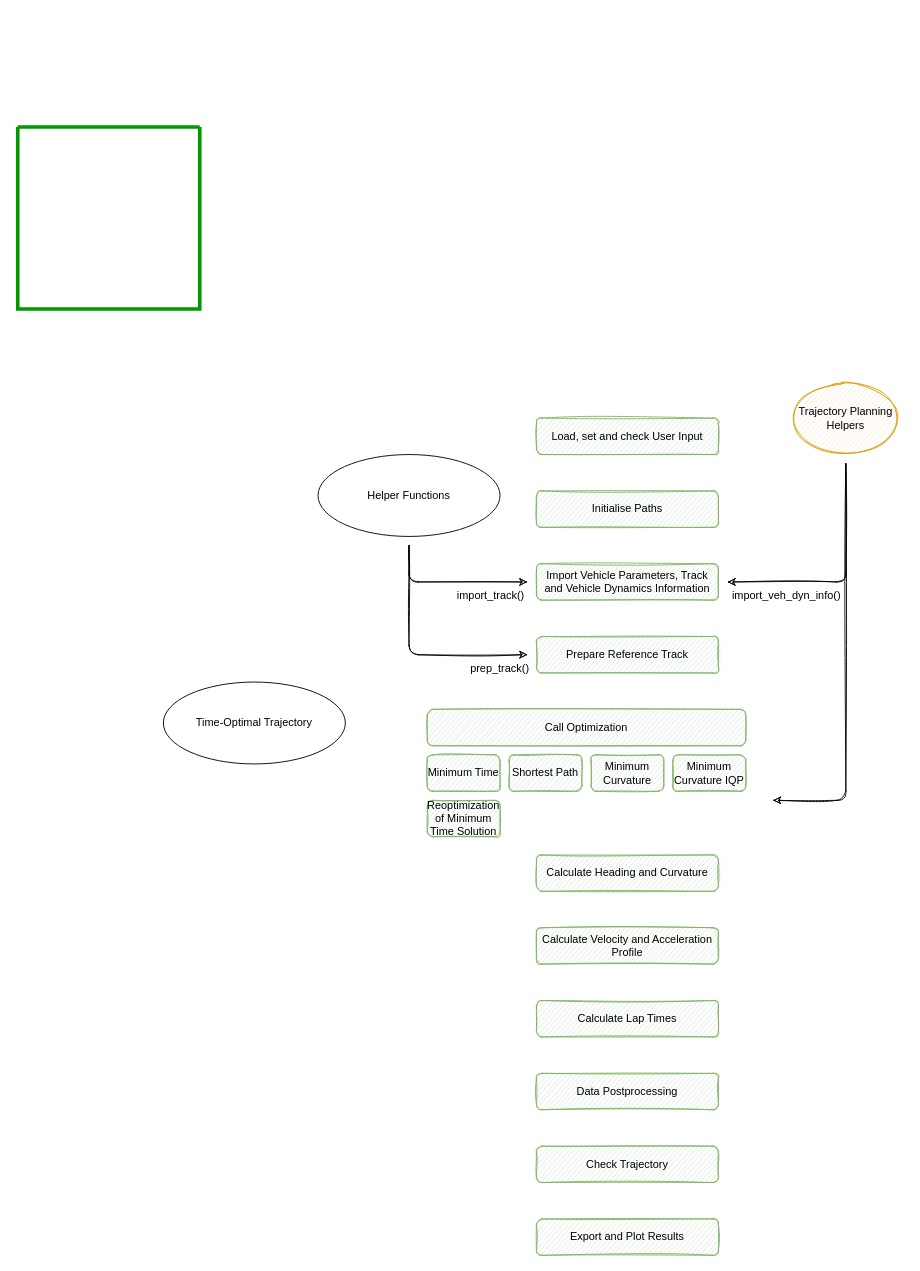
Beomar97/path-planning-docs keeps this draw.io diagram as ressources/figures/Algorithm_Optimization_main_globaltraj.drawio. Above is the earlier version. Source tidied: cells renumbered, new cells numbered last; positions are measured from the earlier drawing's top-left corner, leaving out a move shared by most shapes. Both pictures are drawn from the tidied source at 91%, with x=0, y=0 at pixel (17, 126).
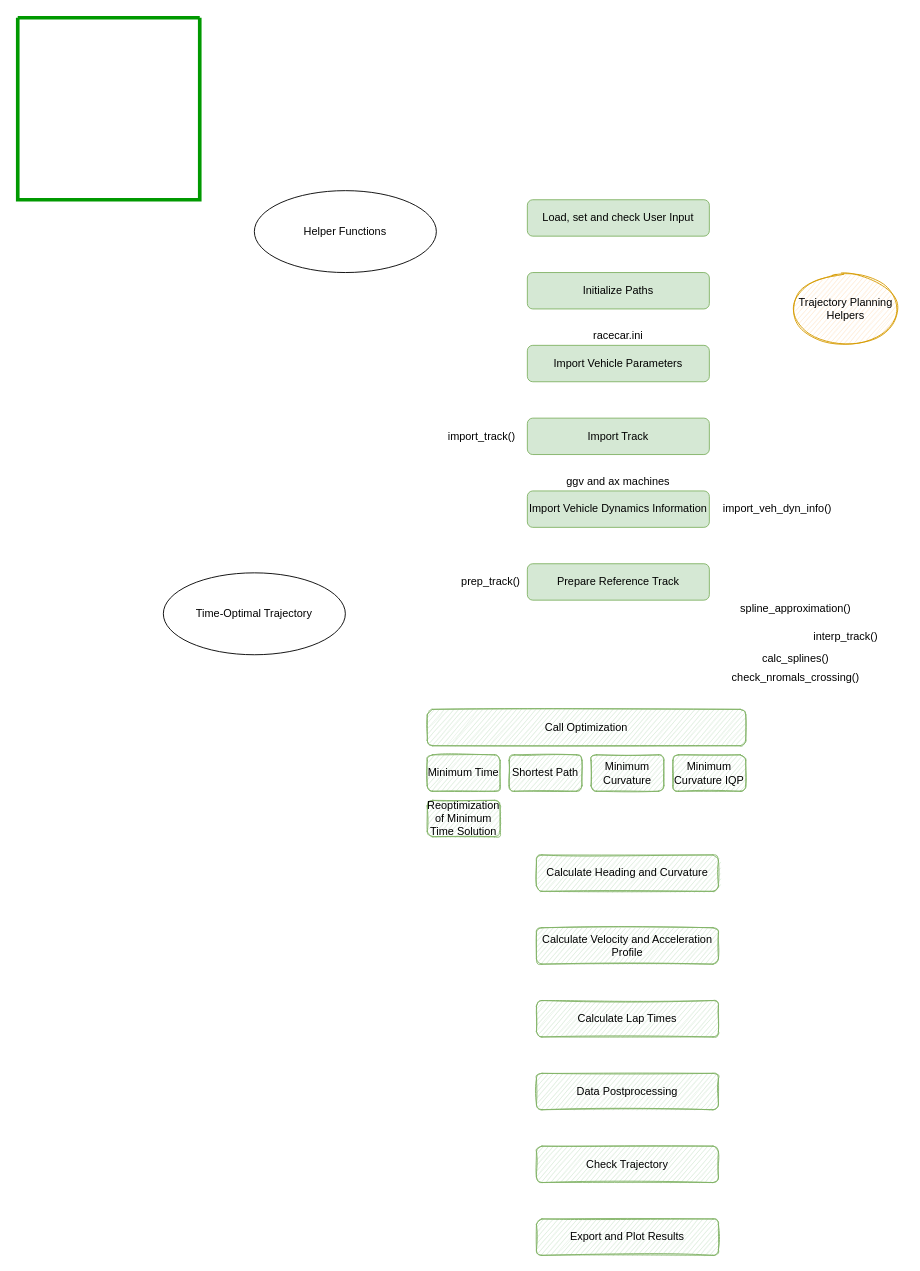
The same page after the edit.

Commit message (it also covers changes not shown here):
docs: :ambulance: first draft optimization algorithm

The edit, as a diff of the source:
```diff
@@
-    <mxCell id="2" value="Load, set and check User Input" style="rounded=1;whiteSpace=wrap;html=1;fillColor=#d5e8d4;strokeColor=#82b366;sketch=1;" parent="1" vertex="1">
-      <mxGeometry x="570" y="320" width="200" height="40" as="geometry" />
+    <mxCell id="2" value="Load, set and check User Input" style="rounded=1;whiteSpace=wrap;html=1;fillColor=#d5e8d4;strokeColor=#82b366;sketch=0;" parent="1" vertex="1">
+      <mxGeometry x="560" y="80" width="200" height="40" as="geometry" />
     </mxCell>
-    <mxCell id="3" value="Initialise Paths" style="rounded=1;whiteSpace=wrap;html=1;fillColor=#d5e8d4;strokeColor=#82b366;sketch=1;" parent="1" vertex="1">
-      <mxGeometry x="570" y="400" width="200" height="40" as="geometry" />
+    <mxCell id="3" value="Initialize Paths" style="rounded=1;whiteSpace=wrap;html=1;fillColor=#d5e8d4;strokeColor=#82b366;sketch=0;" parent="1" vertex="1">
+      <mxGeometry x="560" y="160" width="200" height="40" as="geometry" />
     </mxCell>
-    <mxCell id="4" value="Import Vehicle Parameters, Track and Vehicle Dynamics Information" style="rounded=1;whiteSpace=wrap;html=1;fillColor=#d5e8d4;strokeColor=#82b366;sketch=1;" parent="1" vertex="1">
-      <mxGeometry x="570" y="480" width="200" height="40" as="geometry" />
+    <mxCell id="4" value="Import Vehicle Dynamics Information" style="rounded=1;whiteSpace=wrap;html=1;fillColor=#d5e8d4;strokeColor=#82b366;sketch=0;" parent="1" vertex="1">
+      <mxGeometry x="560" y="400" width="200" height="40" as="geometry" />
     </mxCell>
     <mxCell id="5" value="Trajectory Planning Helpers" style="ellipse;whiteSpace=wrap;html=1;sketch=1;fillColor=#ffe6cc;strokeColor=#d79b00;" parent="1" vertex="1">
-      <mxGeometry x="850" y="280" width="120" height="80" as="geometry" />
+      <mxGeometry x="850" y="160" width="120" height="80" as="geometry" />
     </mxCell>
-    <mxCell id="6" style="endArrow=classic;html=1;sketch=1;rounded=1;" parent="1" edge="1">
-      <mxGeometry relative="1" as="geometry">
-        <mxPoint x="910" y="370" as="sourcePoint" />
-        <mxPoint x="780" y="500" as="targetPoint" />
-        <Array as="points">
-          <mxPoint x="910" y="500" />
-        </Array>
-      </mxGeometry>
-    </mxCell>
     <mxCell id="7" value="Helper Functions" style="ellipse;whiteSpace=wrap;html=1;sketch=0;" parent="1" vertex="1">
-      <mxGeometry x="330" y="360" width="200" height="90" as="geometry" />
+      <mxGeometry x="260" y="70" width="200" height="90" as="geometry" />
     </mxCell>
-    <mxCell id="8" style="endArrow=classic;html=1;sketch=1;fontFamily=Courier New;rounded=1;" parent="1" edge="1">
-      <mxGeometry relative="1" as="geometry">
-        <mxPoint x="430" y="460" as="sourcePoint" />
-        <mxPoint x="560" y="500" as="targetPoint" />
-        <Array as="points">
-          <mxPoint x="430" y="500" />
-        </Array>
-      </mxGeometry>
-    </mxCell>
     <mxCell id="9" value="import_track()" style="text;html=1;strokeColor=none;fillColor=none;align=center;verticalAlign=middle;whiteSpace=wrap;rounded=0;sketch=0;fillStyle=solid;fontFamily=Helvetica;" parent="1" vertex="1">
-      <mxGeometry x="480" y="500" width="80" height="30" as="geometry" />
+      <mxGeometry x="470" y="325" width="80" height="30" as="geometry" />
     </mxCell>
     <mxCell id="10" value="import_veh_dyn_info()" style="text;html=1;strokeColor=none;fillColor=none;align=center;verticalAlign=middle;whiteSpace=wrap;rounded=0;sketch=0;fillStyle=solid;fontFamily=Helvetica;" parent="1" vertex="1">
-      <mxGeometry x="780" y="500" width="130" height="30" as="geometry" />
+      <mxGeometry x="770" y="405" width="130" height="30" as="geometry" />
     </mxCell>
-    <mxCell id="11" value="Prepare Reference Track" style="rounded=1;whiteSpace=wrap;html=1;fillColor=#d5e8d4;strokeColor=#82b366;sketch=1;" parent="1" vertex="1">
-      <mxGeometry x="570" y="560" width="200" height="40" as="geometry" />
+    <mxCell id="11" value="Prepare Reference Track" style="rounded=1;whiteSpace=wrap;html=1;fillColor=#d5e8d4;strokeColor=#82b366;sketch=0;" parent="1" vertex="1">
+      <mxGeometry x="560" y="480" width="200" height="40" as="geometry" />
     </mxCell>
     <mxCell id="12" value="prep_track()" style="text;html=1;strokeColor=none;fillColor=none;align=center;verticalAlign=middle;whiteSpace=wrap;rounded=0;sketch=0;fillStyle=solid;fontFamily=Helvetica;" parent="1" vertex="1">
-      <mxGeometry x="500" y="580" width="60" height="30" as="geometry" />
+      <mxGeometry x="490" y="485" width="60" height="30" as="geometry" />
     </mxCell>
-    <mxCell id="13" style="endArrow=classic;html=1;sketch=1;fontFamily=Helvetica;rounded=1;" parent="1" edge="1">
-      <mxGeometry relative="1" as="geometry">
-        <mxPoint x="430" y="460" as="sourcePoint" />
-        <mxPoint x="560" y="580" as="targetPoint" />
-        <Array as="points">
-          <mxPoint x="430" y="580" />
-        </Array>
-      </mxGeometry>
-    </mxCell>
@@
-    <mxCell id="19" style="endArrow=classic;html=1;rounded=1;sketch=1;fontFamily=Helvetica;" parent="1" edge="1">
-      <mxGeometry relative="1" as="geometry">
-        <mxPoint x="910" y="370" as="sourcePoint" />
-        <mxPoint x="830" y="740" as="targetPoint" />
-        <Array as="points">
-          <mxPoint x="910" y="740" />
-        </Array>
-      </mxGeometry>
-    </mxCell>
     <mxCell id="20" value="Time-Optimal Trajectory" style="ellipse;whiteSpace=wrap;html=1;sketch=0;" parent="1" vertex="1">
-      <mxGeometry x="160" y="610" width="200" height="90" as="geometry" />
+      <mxGeometry x="160" y="490" width="200" height="90" as="geometry" />
     </mxCell>
@@
     <mxCell id="28" style="swimlane;startSize=0;strokeColor=#009900;strokeWidth=4;" parent="1" vertex="1">
-      <mxGeometry width="200" height="200" as="geometry" />
+      <mxGeometry y="-120" width="200" height="200" as="geometry" />
     </mxCell>
+    <mxCell id="29" value="Import Vehicle Parameters" style="rounded=1;whiteSpace=wrap;html=1;fillColor=#d5e8d4;strokeColor=#82b366;sketch=0;" parent="1" vertex="1">
+      <mxGeometry x="560" y="240" width="200" height="40" as="geometry" />
+    </mxCell>
+    <mxCell id="30" value="racecar.ini" style="text;html=1;strokeColor=none;fillColor=none;align=center;verticalAlign=middle;whiteSpace=wrap;rounded=0;sketch=0;fillStyle=solid;fontFamily=Helvetica;" parent="1" vertex="1">
+      <mxGeometry x="620" y="215" width="80" height="30" as="geometry" />
+    </mxCell>
+    <mxCell id="31" value="Import Track" style="rounded=1;whiteSpace=wrap;html=1;fillColor=#d5e8d4;strokeColor=#82b366;sketch=0;" parent="1" vertex="1">
+      <mxGeometry x="560" y="320" width="200" height="40" as="geometry" />
+    </mxCell>
+    <mxCell id="32" value="ggv and ax machines" style="text;html=1;strokeColor=none;fillColor=none;align=center;verticalAlign=middle;whiteSpace=wrap;rounded=0;sketch=0;fillStyle=solid;fontFamily=Helvetica;" parent="1" vertex="1">
+      <mxGeometry x="595" y="375" width="130" height="30" as="geometry" />
+    </mxCell>
+    <mxCell id="33" value="spline_approximation()" style="text;html=1;strokeColor=none;fillColor=none;align=center;verticalAlign=middle;whiteSpace=wrap;rounded=0;sketch=0;fillStyle=solid;fontFamily=Helvetica;" parent="1" vertex="1">
+      <mxGeometry x="790" y="515" width="130" height="30" as="geometry" />
+    </mxCell>
+    <mxCell id="34" value="interp_track()" style="text;html=1;strokeColor=none;fillColor=none;align=center;verticalAlign=middle;whiteSpace=wrap;rounded=0;sketch=0;fillStyle=solid;fontFamily=Helvetica;" parent="1" vertex="1">
+      <mxGeometry x="845" y="545" width="130" height="30" as="geometry" />
+    </mxCell>
+    <mxCell id="35" value="calc_splines()" style="text;html=1;strokeColor=none;fillColor=none;align=center;verticalAlign=middle;whiteSpace=wrap;rounded=0;sketch=0;fillStyle=solid;fontFamily=Helvetica;" parent="1" vertex="1">
+      <mxGeometry x="790" y="570" width="130" height="30" as="geometry" />
+    </mxCell>
+    <mxCell id="36" value="check_nromals_crossing()" style="text;html=1;strokeColor=none;fillColor=none;align=center;verticalAlign=middle;whiteSpace=wrap;rounded=0;sketch=0;fillStyle=solid;fontFamily=Helvetica;" parent="1" vertex="1">
+      <mxGeometry x="790" y="590" width="130" height="30" as="geometry" />
+    </mxCell>
```
